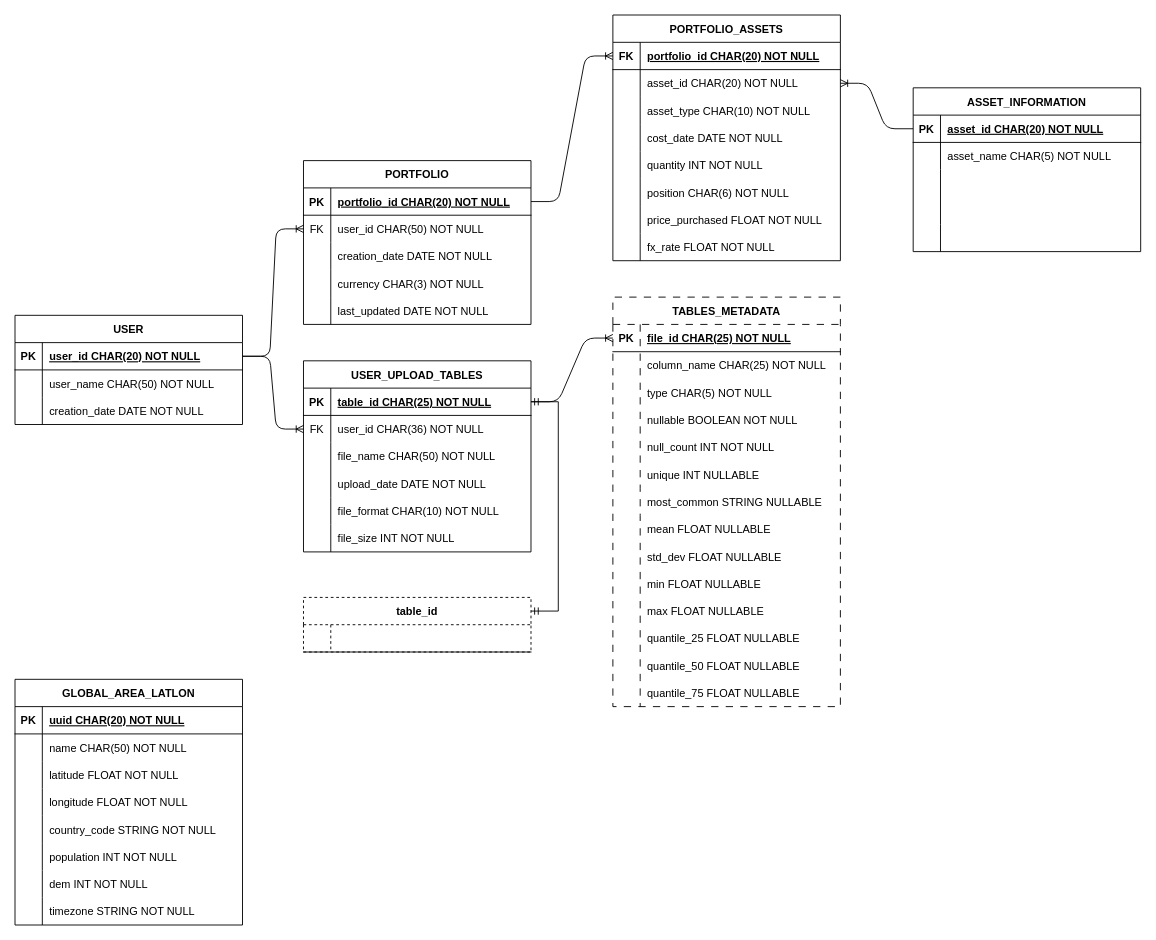
This is assets/erd.drawio from lvxhnat/ion, a draw.io file, before an edit. Source tidied: cells renumbered, new cells numbered last; positions are measured from the earlier drawing's top-left corner, leaving out a move shared by most shapes. Both pictures are drawn from the tidied source at 91%, with x=0, y=0 at pixel (15, 15).
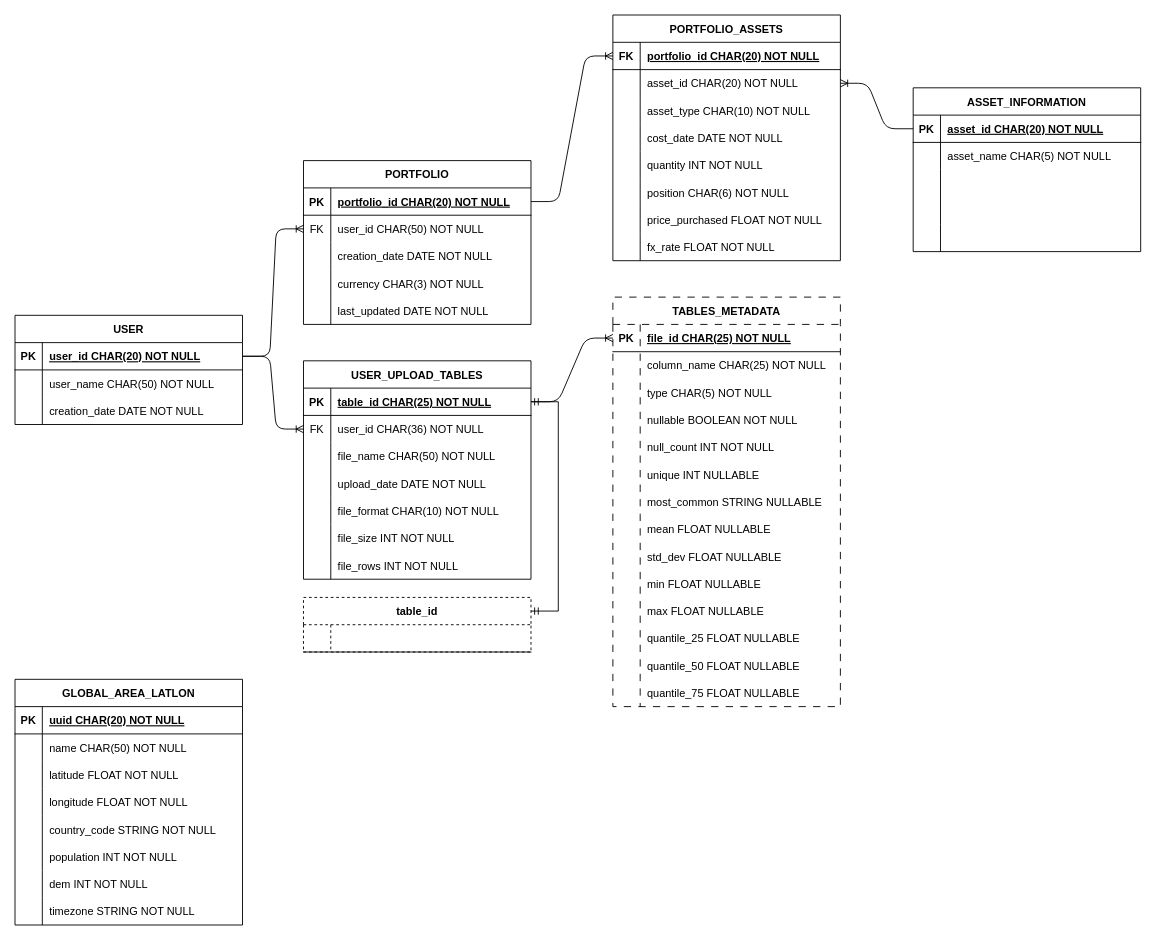
The same diagram, later.

Change to the diagram source:
```diff
@@
     <mxCell id="2" value="USER_UPLOAD_TABLES" style="shape=table;startSize=30;childLayout=tableLayout;rowLines=0;fontStyle=1;align=center;" parent="1" vertex="1">
-      <mxGeometry x="317" y="380" width="250" height="210" as="geometry" />
+      <mxGeometry x="317" y="380" width="250" height="240" as="geometry" />
     </mxCell>
@@
+    <mxCell id="166" style="shape=partialRectangle;fillColor=none;top=0;left=0;right=0;bottom=0;" parent="2" vertex="1">
+      <mxGeometry y="210" width="250" height="30" as="geometry" />
+    </mxCell>
+    <mxCell id="167" style="shape=partialRectangle;overflow=hidden;fillColor=none;top=0;left=0;bottom=0;right=0;" parent="166" vertex="1">
+      <mxGeometry width="30" height="30" as="geometry" />
+    </mxCell>
+    <mxCell id="168" value="file_rows INT NOT NULL" style="shape=partialRectangle;overflow=hidden;fillColor=none;top=0;left=0;bottom=0;right=0;align=left;spacingLeft=6;" parent="166" vertex="1">
+      <mxGeometry x="30" width="220" height="30" as="geometry" />
+    </mxCell>
```
